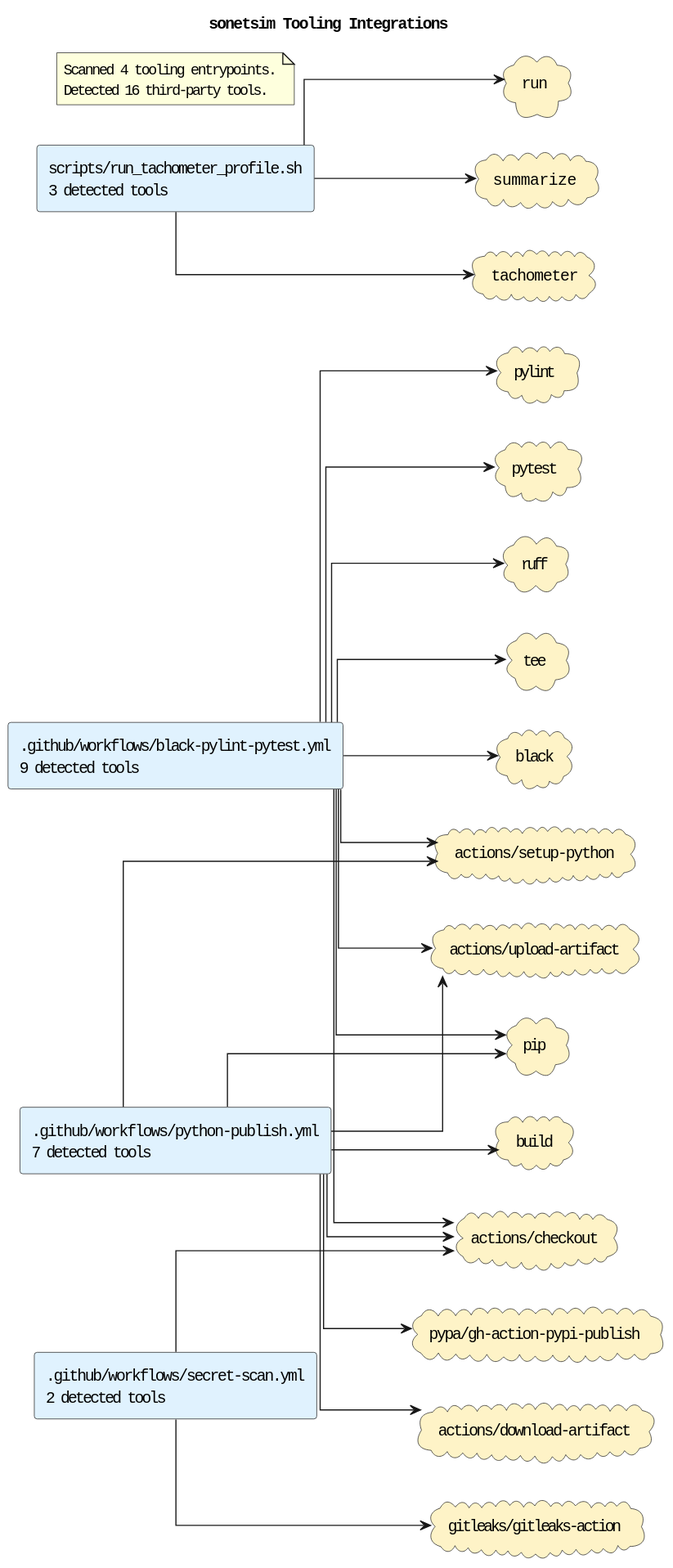
Earlier version of the PlantUML export docs/diagrams/tooling-integrations.puml.svg (casonk/sonetsim).
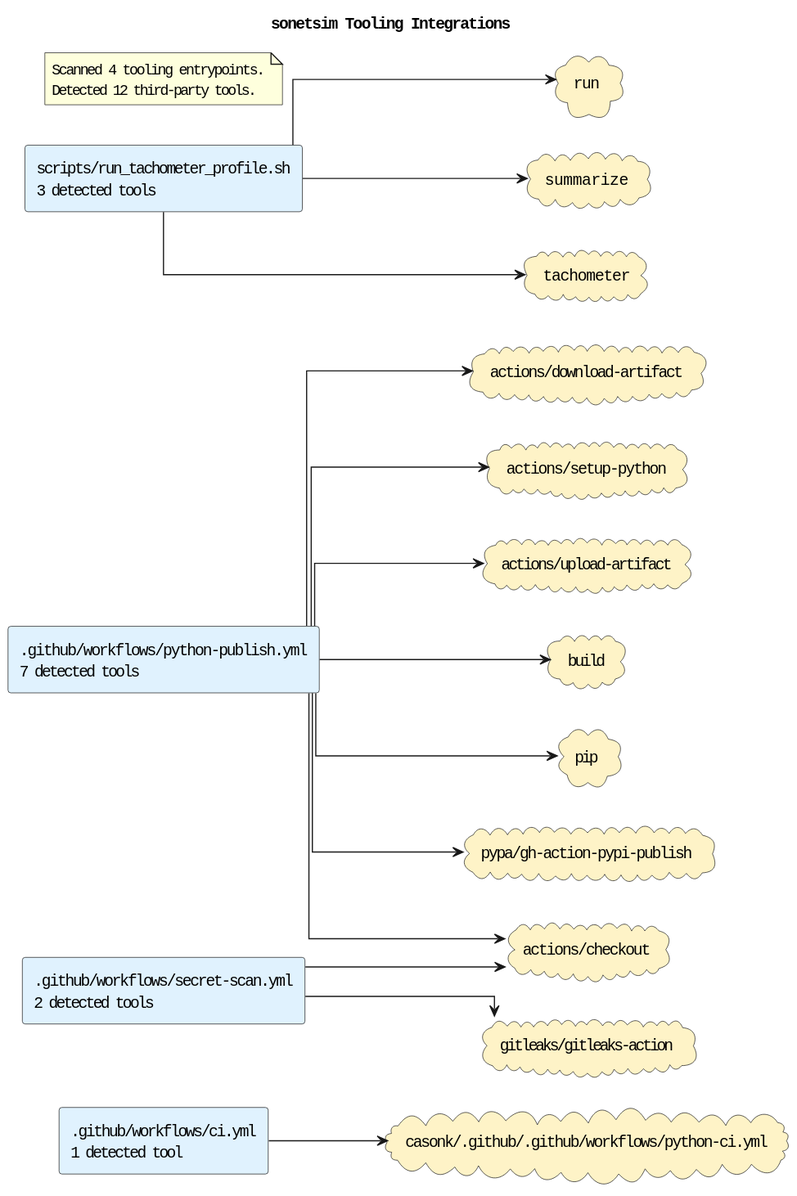
The same file after the commit.

What changed in the source:
```diff
@@ -5,7 +5,7 @@
 skinparam defaultFontName Monospace
 skinparam componentStyle rectangle
 skinparam linetype ortho
-rectangle ".github/workflows/black-pylint-pytest.yml\n9 detected tools" as source_github_workflows_black_pylint_pytest_yml #E0F2FE
+rectangle ".github/workflows/ci.yml\n1 detected tool" as source_github_workflows_ci_yml #E0F2FE
 rectangle ".github/workflows/python-publish.yml\n7 detected tools" as source_github_workflows_python_publish_yml #E0F2FE
 rectangle ".github/workflows/secret-scan.yml\n2 detected tools" as source_github_workflows_secret_scan_yml #E0F2FE
 rectangle "scripts/run_tachometer_profile.sh\n3 detected tools" as source_scripts_run_tachometer_profile_sh #E0F2FE
@@ -13,27 +13,15 @@
 cloud "actions/download-artifact" as tool_actions_download_artifact #FEF3C7
 cloud "actions/setup-python" as tool_actions_setup_python #FEF3C7
 cloud "actions/upload-artifact" as tool_actions_upload_artifact #FEF3C7
-cloud "black" as tool_black #FEF3C7
 cloud "build" as tool_build #FEF3C7
+cloud "casonk/.github/.github/workflows/python-ci.yml" as tool_casonk_github_github_workflows_python_ci_yml #FEF3C7
 cloud "gitleaks/gitleaks-action" as tool_gitleaks_gitleaks_action #FEF3C7
 cloud "pip" as tool_pip #FEF3C7
-cloud "pylint" as tool_pylint #FEF3C7
 cloud "pypa/gh-action-pypi-publish" as tool_pypa_gh_action_pypi_publish #FEF3C7
-cloud "pytest" as tool_pytest #FEF3C7
-cloud "ruff" as tool_ruff #FEF3C7
 cloud "run" as tool_run #FEF3C7
 cloud "summarize" as tool_summarize #FEF3C7
 cloud "tachometer" as tool_tachometer #FEF3C7
-cloud "tee" as tool_tee #FEF3C7
-source_github_workflows_black_pylint_pytest_yml --> tool_actions_checkout
-source_github_workflows_black_pylint_pytest_yml --> tool_actions_setup_python
-source_github_workflows_black_pylint_pytest_yml --> tool_actions_upload_artifact
-source_github_workflows_black_pylint_pytest_yml --> tool_black
-source_github_workflows_black_pylint_pytest_yml --> tool_pip
-source_github_workflows_black_pylint_pytest_yml --> tool_pylint
-source_github_workflows_black_pylint_pytest_yml --> tool_pytest
-source_github_workflows_black_pylint_pytest_yml --> tool_ruff
-source_github_workflows_black_pylint_pytest_yml --> tool_tee
+source_github_workflows_ci_yml --> tool_casonk_github_github_workflows_python_ci_yml
 source_github_workflows_python_publish_yml --> tool_actions_checkout
 source_github_workflows_python_publish_yml --> tool_actions_download_artifact
 source_github_workflows_python_publish_yml --> tool_actions_setup_python
@@ -48,6 +36,6 @@
 source_scripts_run_tachometer_profile_sh --> tool_tachometer
 note as toolingGraphSummary
 Scanned 4 tooling entrypoints.
-Detected 16 third-party tools.
+Detected 12 third-party tools.
 end note
 @enduml
```
